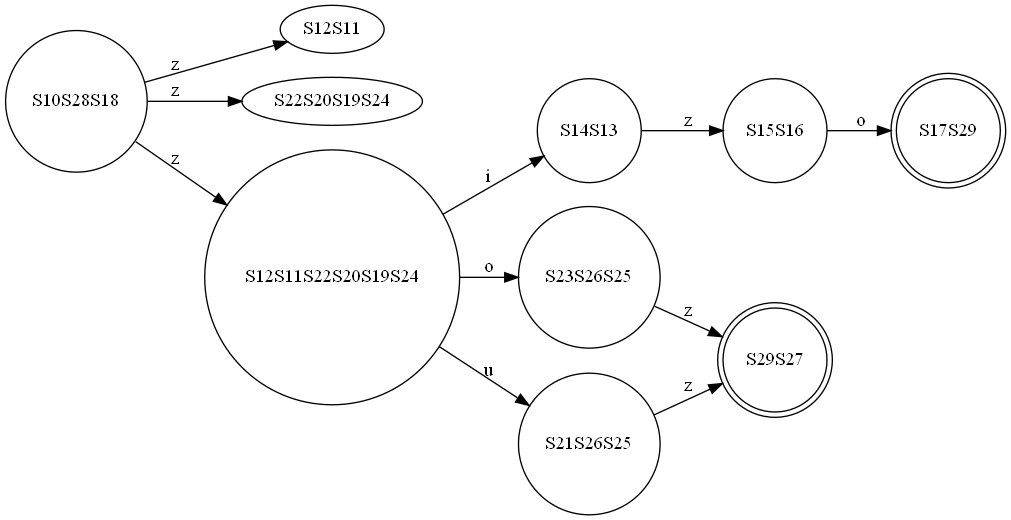
This is finalCode/test-output/DFA.gv.png from abdelazizSalah/RegExp_NFA_DFA_DFAMinimization, a Graphviz export, as it was before one commit. Its source is kept beside it as finalCode/test-output/DFA.gv.
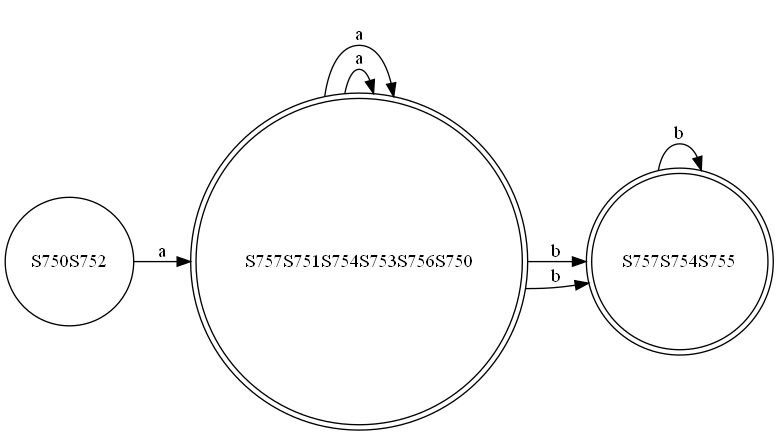
Later version of the same file.

The edit, as a diff of the source:
```diff
@@ -1,21 +1,13 @@
 digraph {
 	graph [rankdir=LR]
-	S10S28S18 [label=S10S28S18 shape=circle]
-	S10S28S18 -> S12S11 [label=z]
-	S10S28S18 -> S22S20S19S24 [label=z]
-	S10S28S18 -> S12S11S22S20S19S24 [label=z]
-	S14S13 [label=S14S13 shape=circle]
-	S14S13 -> S15S16 [label=z]
-	S23S26S25 [label=S23S26S25 shape=circle]
-	S23S26S25 -> S29S27 [label=z]
-	S21S26S25 [label=S21S26S25 shape=circle]
-	S21S26S25 -> S29S27 [label=z]
-	S15S16 [label=S15S16 shape=circle]
-	S15S16 -> S17S29 [label=o]
-	S29S27 [label=S29S27 shape=doublecircle]
-	S17S29 [label=S17S29 shape=doublecircle]
-	S12S11S22S20S19S24 [label=S12S11S22S20S19S24 shape=circle]
-	S12S11S22S20S19S24 -> S14S13 [label=i]
-	S12S11S22S20S19S24 -> S23S26S25 [label=o]
-	S12S11S22S20S19S24 -> S21S26S25 [label=u]
+	S750S752 [label=S750S752 shape=circle]
+	S750S752 -> S757S751S754S753S756S750 [label=a]
+	S757S751S754S753S756S750 [label=S757S751S754S753S756S750 shape=doublecircle]
+	S757S751S754S753S756S750 -> S757S754S755 [label=b]
+	S757S751S754S753S756S750 -> S757S751S754S753S756S750 [label=a]
+	S757S754S755 [label=S757S754S755 shape=doublecircle]
+	S757S754S755 -> S757S754S755 [label=b]
+	S757S751S754S753S756S750 [label=S757S751S754S753S756S750 shape=doublecircle]
+	S757S751S754S753S756S750 -> S757S754S755 [label=b]
+	S757S751S754S753S756S750 -> S757S751S754S753S756S750 [label=a]
 }
```
